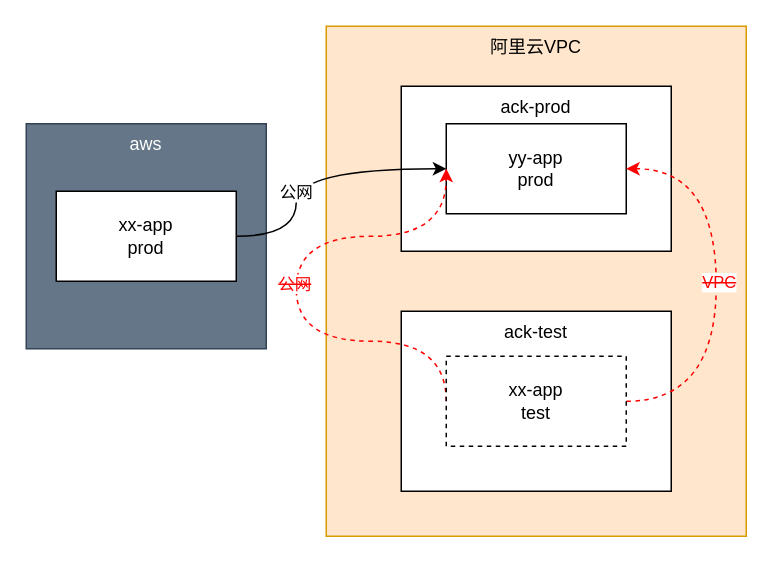
Earlier version of the draw.io diagram 腾云项目验证期间-网络隔离方案.drawio (catface996/images). Source tidied: cells renumbered, new cells numbered last; positions are measured from the earlier drawing's top-left corner, leaving out a move shared by most shapes. Both pictures are drawn from the tidied source at 150%, with x=0, y=0 at pixel (26, 26).
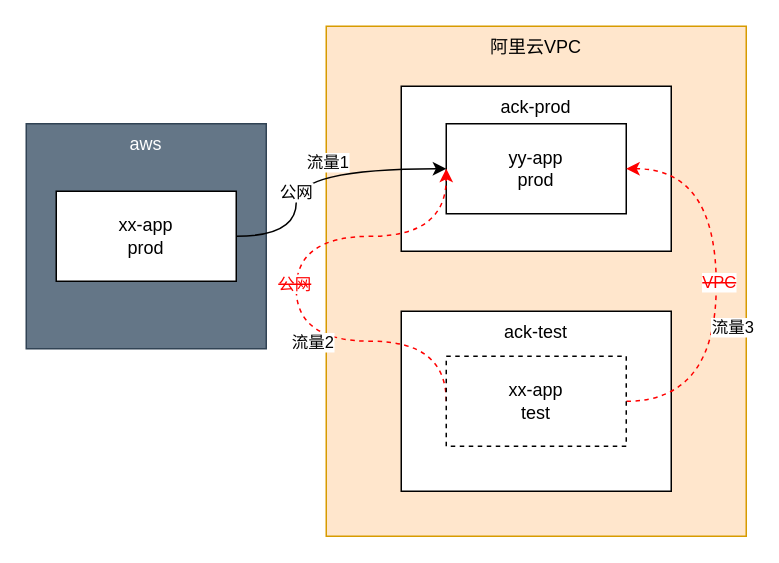
The same page after the edit.

Commit message (it also covers changes not shown here):
更新腾云项目验证期间-网络隔离方案.drawio

Unchanged cells that the change refers to:
```xml
<mxCell id="7" style="edgeStyle=orthogonalEdgeStyle;rounded=0;jettySize=auto;html=1;entryX=0;entryY=0.5;entryDx=0;entryDy=0;curved=1;" parent="1" edge="1" source="4" target="6">
  <mxGeometry relative="1" as="geometry">
    <Array as="points">
      <mxPoint x="180" y="140" />
      <mxPoint x="180" y="95" />
    </Array>
  </mxGeometry>
</mxCell>
<mxCell id="10" style="edgeStyle=orthogonalEdgeStyle;curved=1;rounded=0;jettySize=auto;html=1;entryX=0;entryY=0.5;entryDx=0;entryDy=0;exitX=0;exitY=0.5;exitDx=0;exitDy=0;dashed=1;strokeColor=#FF0000;" parent="1" edge="1" source="14" target="6">
  <mxGeometry relative="1" as="geometry">
    <Array as="points">
      <mxPoint x="280" y="210" />
      <mxPoint x="180" y="210" />
      <mxPoint x="180" y="140" />
      <mxPoint x="280" y="140" />
    </Array>
  </mxGeometry>
</mxCell>
<mxCell id="12" style="edgeStyle=orthogonalEdgeStyle;curved=1;rounded=0;jettySize=auto;html=1;entryX=1;entryY=0.5;entryDx=0;entryDy=0;dashed=1;strokeColor=#FF0000;fontColor=#000000;exitX=1;exitY=0.5;exitDx=0;exitDy=0;" parent="1" edge="1" source="14" target="6">
  <mxGeometry relative="1" as="geometry">
    <Array as="points">
      <mxPoint x="460" y="250" />
      <mxPoint x="460" y="95" />
    </Array>
  </mxGeometry>
</mxCell>
```

The edit, as a diff of the source:
```diff
@@
+    <mxCell id="15" value="流量1" style="edgeLabel;html=1;align=center;verticalAlign=middle;fontColor=#000000;" parent="7" vertex="1">
+      <mxGeometry x="0.13" y="-6" relative="1" as="geometry">
+        <mxPoint y="-11" as="offset" />
+      </mxGeometry>
+    </mxCell>
@@
+    <mxCell id="16" value="流量2" style="edgeLabel;html=1;align=center;verticalAlign=middle;fontColor=#000000;" parent="10" vertex="1">
+      <mxGeometry x="-0.12" y="-5" relative="1" as="geometry">
+        <mxPoint x="5" y="16" as="offset" />
+      </mxGeometry>
+    </mxCell>
@@
+    <mxCell id="17" value="流量3" style="edgeLabel;html=1;align=center;verticalAlign=middle;fontColor=#000000;" parent="12" vertex="1">
+      <mxGeometry x="-0.23" y="4" relative="1" as="geometry">
+        <mxPoint x="14" y="-4" as="offset" />
+      </mxGeometry>
+    </mxCell>
```
